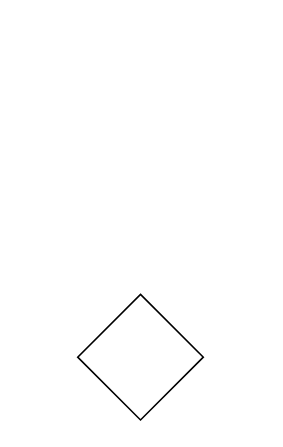
Above: 12_dom_manipulation/139/Untitled Diagram.drawio in labanino/complete-web-dev-zm (draw.io), before the change. Source tidied: cells renumbered, new cells numbered last; positions are measured from the earlier drawing's top-left corner, leaving out a move shared by most shapes. Both pictures are drawn from the tidied source at 157%, with x=0, y=0 at pixel (77, 294).
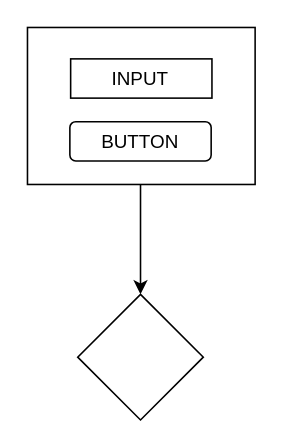
Above is the later version.

Change to the diagram source:
```diff
@@
 <mxGraphModel>
   <root>
     <mxCell id="0" />
     <mxCell id="1" parent="0" />
     <mxCell id="2" style="rhombus;whiteSpace=wrap;html=1;" parent="1" vertex="1">
       <mxGeometry width="80" height="80" as="geometry" />
     </mxCell>
+    <mxCell id="3" style="endArrow=classic;html=1;rounded=0;" parent="1" edge="1">
+      <mxGeometry relative="1" as="geometry">
+        <mxPoint x="40" y="-70" as="sourcePoint" />
+        <mxPoint x="40" as="targetPoint" />
+      </mxGeometry>
+    </mxCell>
+    <mxCell id="4" style="rounded=0;whiteSpace=wrap;html=1;" parent="1" vertex="1">
+      <mxGeometry x="-32" y="-170" width="145" height="100" as="geometry" />
+    </mxCell>
+    <mxCell id="5" style="rounded=1;whiteSpace=wrap;html=1;" parent="1" vertex="1">
+      <mxGeometry x="-5" y="-110" width="90" height="25" as="geometry" />
+    </mxCell>
+    <mxCell id="6" style="rounded=0;whiteSpace=wrap;html=1;" parent="1" vertex="1">
+      <mxGeometry x="-4.5" y="-150" width="90" height="25" as="geometry" />
+    </mxCell>
+    <mxCell id="7" value="INPUT" style="text;html=1;strokeColor=none;fillColor=none;align=center;verticalAlign=middle;whiteSpace=wrap;rounded=0;" parent="1" vertex="1">
+      <mxGeometry x="15" y="-147.5" width="50" height="20" as="geometry" />
+    </mxCell>
+    <mxCell id="8" value="BUTTON" style="text;html=1;strokeColor=none;fillColor=none;align=center;verticalAlign=middle;whiteSpace=wrap;rounded=0;" parent="1" vertex="1">
+      <mxGeometry x="10" y="-107.5" width="60" height="20" as="geometry" />
+    </mxCell>
   </root>
 </mxGraphModel>
```
